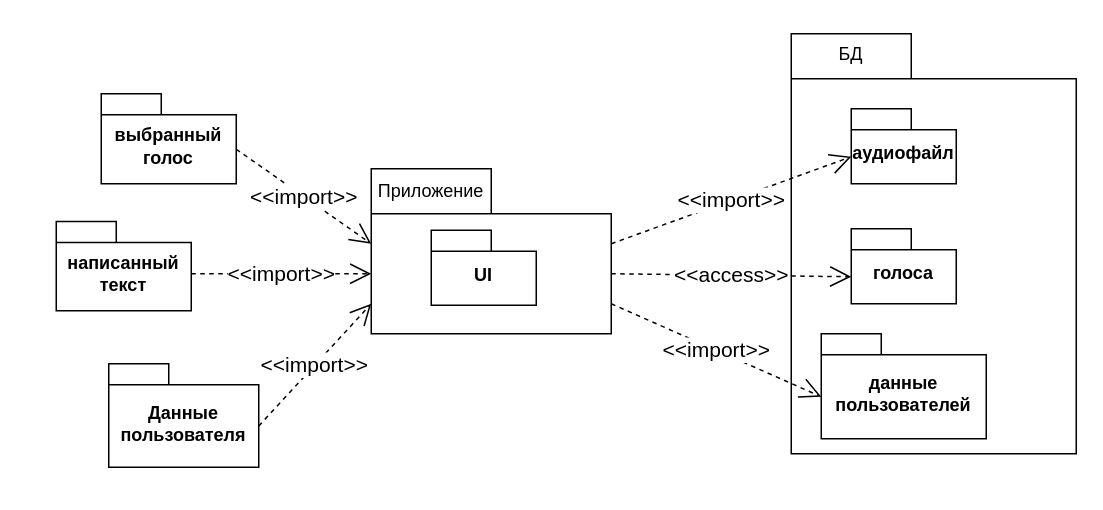
Above: Proger/Packets/prilozhenie_diagramma_paketov.drawio in Kulichkins/text_to_speach (draw.io), before the change. Source tidied: cells renumbered, new cells numbered last; positions are measured from the earlier drawing's top-left corner, leaving out a move shared by most shapes. Both pictures are drawn from the tidied source at 150%, with x=0, y=0 at pixel (56, 32).
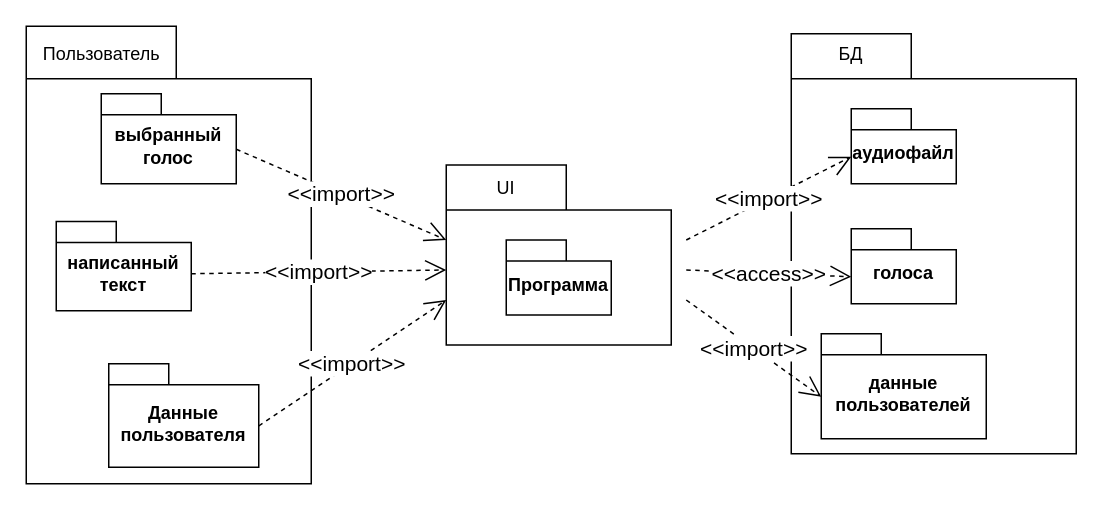
The same diagram, later.

Diff of the diagram source:
```diff
@@
+    <mxCell id="19" style="shape=folder;fontStyle=1;spacingTop=10;tabWidth=100;tabHeight=35;tabPosition=left;html=1;whiteSpace=wrap;" parent="1" vertex="1">
+      <mxGeometry x="-20" y="-4" width="190" height="305" as="geometry" />
+    </mxCell>
@@
-    <mxCell id="6" style="shape=folder;fontStyle=1;spacingTop=10;tabWidth=80;tabHeight=30;tabPosition=left;html=1;whiteSpace=wrap;" parent="1" vertex="1">
-      <mxGeometry x="210" y="91" width="160" height="110" as="geometry" />
-    </mxCell>
@@
-    <mxCell id="9" value="Приложение" style="text;html=1;strokeColor=none;fillColor=none;align=center;verticalAlign=middle;whiteSpace=wrap;rounded=0;" parent="1" vertex="1">
-      <mxGeometry x="220" y="91" width="60" height="30" as="geometry" />
-    </mxCell>
@@
-    <mxCell id="17" value="UI" style="shape=folder;fontStyle=1;spacingTop=10;tabWidth=40;tabHeight=14;tabPosition=left;html=1;whiteSpace=wrap;" parent="1" vertex="1">
-      <mxGeometry x="250" y="132" width="70" height="50" as="geometry" />
-    </mxCell>
@@
+    <mxCell id="20" style="group;" parent="1" vertex="1">
+      <mxGeometry x="260" y="88.5" width="150" height="120" as="geometry" />
+    </mxCell>
+    <mxCell id="6" style="shape=folder;fontStyle=1;spacingTop=10;tabWidth=80;tabHeight=30;tabPosition=left;html=1;whiteSpace=wrap;" parent="20" vertex="1">
+      <mxGeometry width="150" height="120" as="geometry" />
+    </mxCell>
+    <mxCell id="9" value="UI" style="text;html=1;strokeColor=none;fillColor=none;align=center;verticalAlign=middle;whiteSpace=wrap;rounded=0;" parent="20" vertex="1">
+      <mxGeometry x="10" width="60" height="30" as="geometry" />
+    </mxCell>
+    <mxCell id="21" value="Программа" style="shape=folder;fontStyle=1;spacingTop=10;tabWidth=40;tabHeight=14;tabPosition=left;html=1;whiteSpace=wrap;" parent="20" vertex="1">
+      <mxGeometry x="40" y="50" width="70" height="50" as="geometry" />
+    </mxCell>
+    <mxCell id="22" value="Пользователь" style="text;html=1;align=center;verticalAlign=middle;strokeColor=none;fillColor=none;" parent="1" vertex="1">
+      <mxGeometry x="-20" width="100" height="30" as="geometry" />
+    </mxCell>
```
